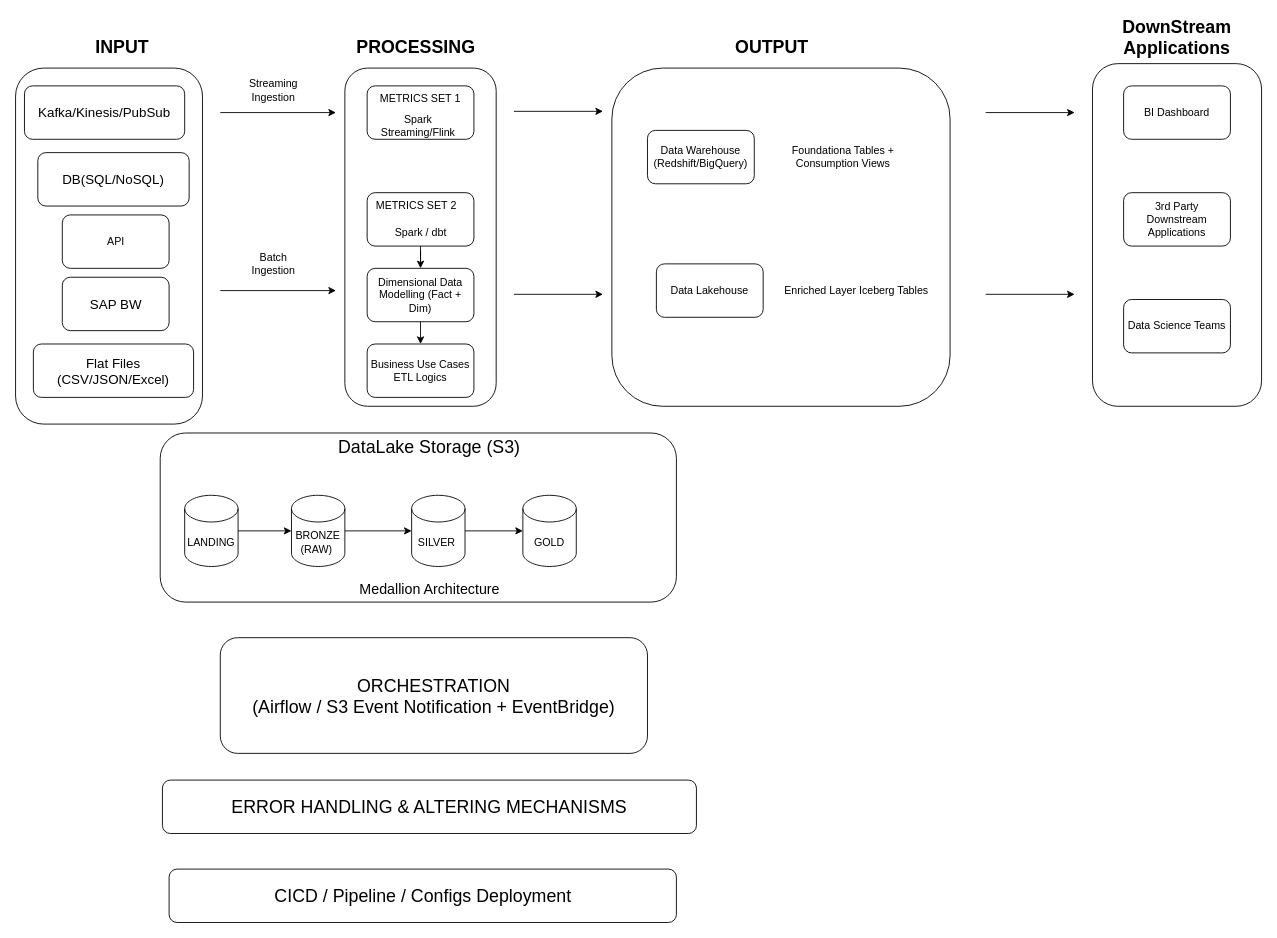
SanjibSaikia/System-Design keeps this draw.io diagram as En_to_End_ETL_HLD.drawio. Above is the earlier version. Source tidied: cells renumbered, new cells numbered last; positions are measured from the earlier drawing's top-left corner, leaving out a move shared by most shapes. Both pictures are drawn from the tidied source at 89%, with x=0, y=0 at pixel (15, 23).
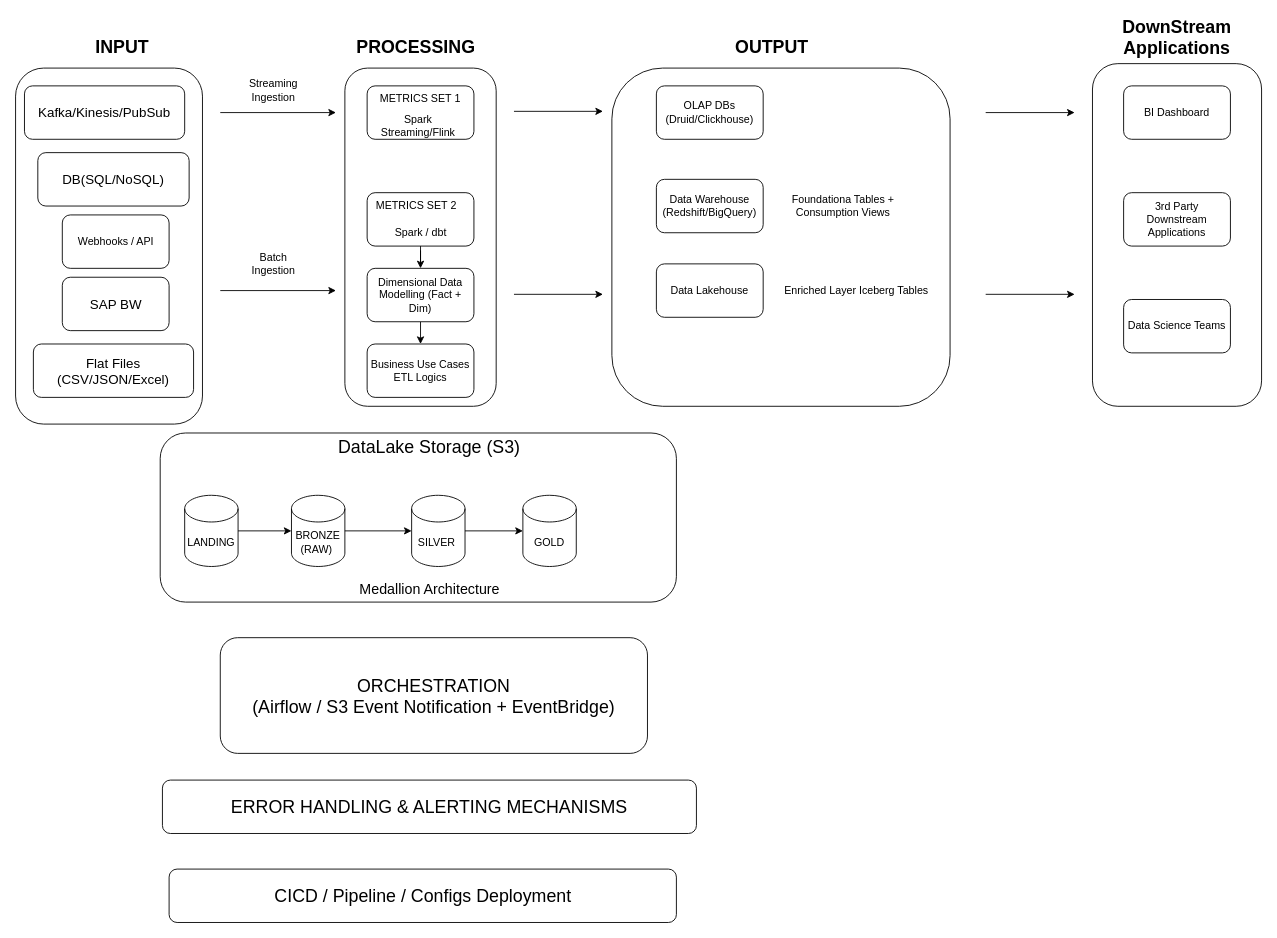
Above is the later version.

Diff of the diagram source:
```diff
@@
     <mxCell id="34" value="Data Warehouse (Redshift/BigQuery)" style="rounded=1;whiteSpace=wrap;html=1;" parent="1" vertex="1">
-      <mxGeometry x="710" y="120" width="120" height="60" as="geometry" />
+      <mxGeometry x="720" y="175" width="120" height="60" as="geometry" />
     </mxCell>
@@
     <mxCell id="36" value="Foundationa Tables + Consumption Views" style="text;html=1;align=center;verticalAlign=middle;whiteSpace=wrap;rounded=0;" parent="1" vertex="1">
-      <mxGeometry x="840" y="135" width="180" height="30" as="geometry" />
+      <mxGeometry x="840" y="190" width="180" height="30" as="geometry" />
     </mxCell>
@@
-    <mxCell id="47" value="&lt;font style=&quot;font-size: 20px;&quot;&gt;ERROR HANDLING &amp;amp; ALTERING MECHANISMS&lt;/font&gt;" style="rounded=1;whiteSpace=wrap;html=1;" parent="1" vertex="1">
+    <mxCell id="47" value="&lt;font style=&quot;font-size: 20px;&quot;&gt;ERROR HANDLING &amp;amp; ALERTING MECHANISMS&lt;/font&gt;" style="rounded=1;whiteSpace=wrap;html=1;" parent="1" vertex="1">
       <mxGeometry x="165" y="850" width="600" height="60" as="geometry" />
     </mxCell>
@@
-    <mxCell id="50" value="API" style="rounded=1;whiteSpace=wrap;html=1;" parent="1" vertex="1">
+    <mxCell id="50" value="Webhooks / API" style="rounded=1;whiteSpace=wrap;html=1;" parent="1" vertex="1">
       <mxGeometry x="52.5" y="215" width="120" height="60" as="geometry" />
     </mxCell>
@@
+    <mxCell id="53" value="OLAP DBs (Druid/Clickhouse)" style="rounded=1;whiteSpace=wrap;html=1;" parent="1" vertex="1">
+      <mxGeometry x="720" y="70" width="120" height="60" as="geometry" />
+    </mxCell>
```
